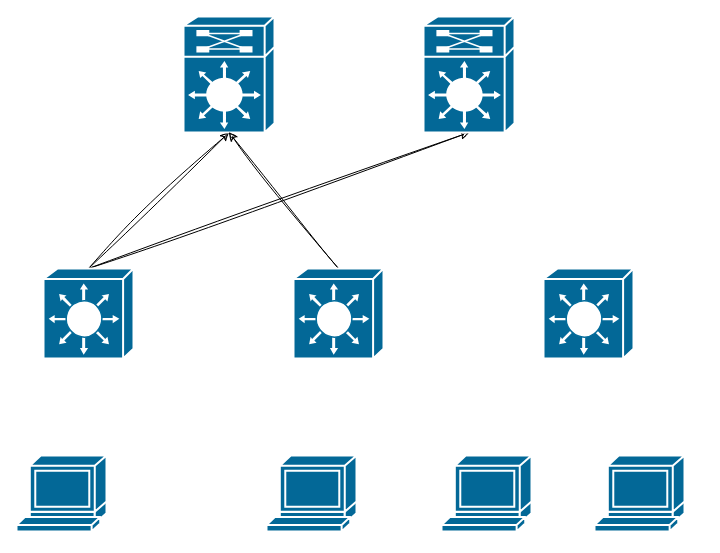
This is lab_01/Диаграмма без названия.drawio from Tema-sudo/OTUS_DC_network_design, a draw.io file, before an edit. Source tidied: cells renumbered, new cells numbered last; positions are measured from the earlier drawing's top-left corner, leaving out a move shared by most shapes. Both pictures are drawn from the tidied source at 100%, with x=0, y=0 at pixel (16, 16).
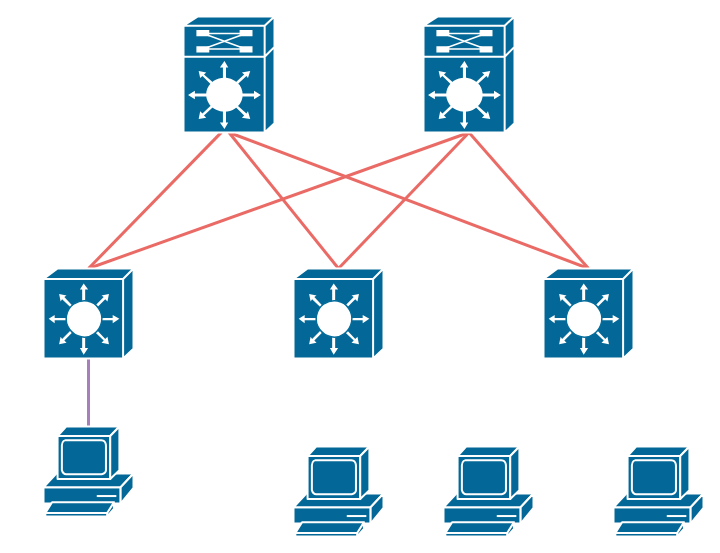
After the change.

Change to the diagram source:
```diff
@@
 <mxGraphModel>
   <root>
     <mxCell id="0" />
     <mxCell id="1" parent="0" />
-    <mxCell id="2" style="edgeStyle=none;rounded=0;sketch=1;hachureGap=4;jiggle=2;curveFitting=1;jettySize=auto;html=1;exitX=0.5;exitY=0;exitDx=0;exitDy=0;exitPerimeter=0;entryX=0.5;entryY=1;entryDx=0;entryDy=0;entryPerimeter=0;fontFamily=Architects Daughter;fontSize=16;" parent="1" edge="1" source="4" target="5">
+    <mxCell id="2" style="edgeStyle=none;rounded=0;hachureGap=4;jettySize=auto;html=1;exitX=0.5;exitY=0;exitDx=0;exitDy=0;exitPerimeter=0;entryX=0.416;entryY=0.999;entryDx=0;entryDy=0;entryPerimeter=0;fontFamily=Architects Daughter;fontSize=16;strokeColor=#EA6B66;endArrow=none;endFill=0;strokeWidth=3;" parent="1" edge="1" source="4" target="5">
       <mxGeometry relative="1" as="geometry" />
     </mxCell>
-    <mxCell id="3" style="edgeStyle=none;rounded=0;sketch=1;hachureGap=4;jiggle=2;curveFitting=1;jettySize=auto;html=1;exitX=0.5;exitY=0;exitDx=0;exitDy=0;exitPerimeter=0;entryX=0.5;entryY=1;entryDx=0;entryDy=0;entryPerimeter=0;fontFamily=Architects Daughter;fontSize=16;" parent="1" edge="1" source="4" target="6">
+    <mxCell id="3" style="edgeStyle=none;rounded=0;hachureGap=4;jettySize=auto;html=1;exitX=0.5;exitY=0;exitDx=0;exitDy=0;exitPerimeter=0;entryX=0.5;entryY=1;entryDx=0;entryDy=0;entryPerimeter=0;fontFamily=Architects Daughter;fontSize=16;endArrow=none;endFill=0;strokeWidth=3;strokeColor=#EA6B66;" parent="1" edge="1" source="4" target="6">
       <mxGeometry relative="1" as="geometry" />
     </mxCell>
-    <mxCell id="4" style="shape=mxgraph.cisco.switches.layer_3_switch;sketch=0;html=1;dashed=0;fillColor=#036897;strokeColor=#ffffff;strokeWidth=2;verticalLabelPosition=bottom;verticalAlign=top;align=center;outlineConnect=0;hachureGap=4;jiggle=2;curveFitting=1;fontFamily=Architects Daughter;fontSize=20;" parent="1" vertex="1">
-      <mxGeometry x="27" y="252" width="90" height="90" as="geometry" />
-    </mxCell>
+    <mxCell id="7" style="edgeStyle=none;rounded=0;hachureGap=4;jettySize=auto;html=1;exitX=0.5;exitY=0;exitDx=0;exitDy=0;exitPerimeter=0;entryX=0.5;entryY=1;entryDx=0;entryDy=0;entryPerimeter=0;fontFamily=Architects Daughter;fontSize=16;endArrow=none;endFill=0;strokeWidth=3;strokeColor=#EA6B66;" parent="1" edge="1" source="8" target="5">
+      <mxGeometry relative="1" as="geometry" />
+    </mxCell>
+    <mxCell id="14" style="edgeStyle=none;rounded=0;hachureGap=4;jettySize=auto;html=1;exitX=0.5;exitY=0;exitDx=0;exitDy=0;exitPerimeter=0;entryX=0.5;entryY=1;entryDx=0;entryDy=0;entryPerimeter=0;fontFamily=Architects Daughter;fontSize=16;endArrow=none;endFill=0;strokeColor=#EA6B66;strokeWidth=3;" parent="1" edge="1" source="8" target="6">
+      <mxGeometry relative="1" as="geometry" />
+    </mxCell>
+    <mxCell id="15" style="edgeStyle=none;rounded=0;hachureGap=4;jettySize=auto;html=1;exitX=0.5;exitY=0;exitDx=0;exitDy=0;exitPerimeter=0;entryX=0.5;entryY=1;entryDx=0;entryDy=0;entryPerimeter=0;fontFamily=Architects Daughter;fontSize=16;strokeWidth=3;strokeColor=#EA6B66;endArrow=none;endFill=0;" parent="1" edge="1" source="9" target="5">
+      <mxGeometry relative="1" as="geometry" />
+    </mxCell>
+    <mxCell id="16" style="edgeStyle=none;rounded=0;hachureGap=4;jettySize=auto;html=1;exitX=0.5;exitY=0;exitDx=0;exitDy=0;exitPerimeter=0;entryX=0.5;entryY=1;entryDx=0;entryDy=0;entryPerimeter=0;fontFamily=Architects Daughter;fontSize=16;endArrow=none;endFill=0;strokeWidth=3;strokeColor=#EA6B66;" parent="1" edge="1" source="9" target="6">
+      <mxGeometry relative="1" as="geometry" />
+    </mxCell>
     <mxCell id="5" style="shape=mxgraph.cisco.misc.route_switch_processor;html=1;dashed=0;fillColor=#036897;strokeColor=#ffffff;strokeWidth=2;verticalLabelPosition=bottom;verticalAlign=top;rounded=0;shadow=0;comic=0;fontFamily=Verdana;fontSize=12;" parent="1" vertex="1">
       <mxGeometry x="167" width="91" height="116" as="geometry" />
     </mxCell>
     <mxCell id="6" style="shape=mxgraph.cisco.misc.route_switch_processor;html=1;dashed=0;fillColor=#036897;strokeColor=#ffffff;strokeWidth=2;verticalLabelPosition=bottom;verticalAlign=top;rounded=0;shadow=0;comic=0;fontFamily=Verdana;fontSize=12;" parent="1" vertex="1">
       <mxGeometry x="407" width="91" height="116" as="geometry" />
     </mxCell>
-    <mxCell id="7" style="edgeStyle=none;rounded=0;sketch=1;hachureGap=4;jiggle=2;curveFitting=1;jettySize=auto;html=1;exitX=0.5;exitY=0;exitDx=0;exitDy=0;exitPerimeter=0;entryX=0.5;entryY=1;entryDx=0;entryDy=0;entryPerimeter=0;fontFamily=Architects Daughter;fontSize=16;" parent="1" edge="1" source="8" target="5">
-      <mxGeometry relative="1" as="geometry" />
-    </mxCell>
+    <mxCell id="17" style="edgeStyle=none;rounded=0;hachureGap=4;jettySize=auto;html=1;exitX=0.5;exitY=1;exitDx=0;exitDy=0;exitPerimeter=0;fontFamily=Architects Daughter;fontSize=16;strokeWidth=3;endArrow=none;endFill=0;strokeColor=#A680B8;" parent="1" edge="1" source="4" target="18">
+      <mxGeometry relative="1" as="geometry" />
+    </mxCell>
+    <mxCell id="4" style="shape=mxgraph.cisco.switches.layer_3_switch;sketch=0;html=1;dashed=0;fillColor=#036897;strokeColor=#ffffff;strokeWidth=2;verticalLabelPosition=bottom;verticalAlign=top;align=center;outlineConnect=0;hachureGap=4;jiggle=2;curveFitting=1;fontFamily=Architects Daughter;fontSize=20;" parent="1" vertex="1">
+      <mxGeometry x="27" y="252" width="90" height="90" as="geometry" />
+    </mxCell>
     <mxCell id="8" style="shape=mxgraph.cisco.switches.layer_3_switch;sketch=0;html=1;dashed=0;fillColor=#036897;strokeColor=#ffffff;strokeWidth=2;verticalLabelPosition=bottom;verticalAlign=top;align=center;outlineConnect=0;hachureGap=4;jiggle=2;curveFitting=1;fontFamily=Architects Daughter;fontSize=20;" parent="1" vertex="1">
       <mxGeometry x="277" y="252" width="90" height="90" as="geometry" />
     </mxCell>
     <mxCell id="9" style="shape=mxgraph.cisco.switches.layer_3_switch;sketch=0;html=1;dashed=0;fillColor=#036897;strokeColor=#ffffff;strokeWidth=2;verticalLabelPosition=bottom;verticalAlign=top;align=center;outlineConnect=0;hachureGap=4;jiggle=2;curveFitting=1;fontFamily=Architects Daughter;fontSize=20;" parent="1" vertex="1">
       <mxGeometry x="527" y="252" width="90" height="90" as="geometry" />
     </mxCell>
-    <mxCell id="10" style="shape=mxgraph.cisco.computers_and_peripherals.terminal;sketch=0;html=1;dashed=0;fillColor=#036897;strokeColor=#ffffff;strokeWidth=2;verticalLabelPosition=bottom;verticalAlign=top;align=center;hachureGap=4;jiggle=2;curveFitting=1;fontFamily=Architects Daughter;fontSize=20;" parent="1" vertex="1">
-      <mxGeometry y="439" width="90" height="76" as="geometry" />
-    </mxCell>
-    <mxCell id="11" style="shape=mxgraph.cisco.computers_and_peripherals.terminal;sketch=0;html=1;dashed=0;fillColor=#036897;strokeColor=#ffffff;strokeWidth=2;verticalLabelPosition=bottom;verticalAlign=top;align=center;hachureGap=4;jiggle=2;curveFitting=1;fontFamily=Architects Daughter;fontSize=20;" parent="1" vertex="1">
-      <mxGeometry x="250" y="439" width="90" height="76" as="geometry" />
-    </mxCell>
-    <mxCell id="12" style="shape=mxgraph.cisco.computers_and_peripherals.terminal;sketch=0;html=1;dashed=0;fillColor=#036897;strokeColor=#ffffff;strokeWidth=2;verticalLabelPosition=bottom;verticalAlign=top;align=center;hachureGap=4;jiggle=2;curveFitting=1;fontFamily=Architects Daughter;fontSize=20;" parent="1" vertex="1">
-      <mxGeometry x="578" y="439" width="90" height="76" as="geometry" />
-    </mxCell>
-    <mxCell id="13" style="shape=mxgraph.cisco.computers_and_peripherals.terminal;sketch=0;html=1;dashed=0;fillColor=#036897;strokeColor=#ffffff;strokeWidth=2;verticalLabelPosition=bottom;verticalAlign=top;align=center;hachureGap=4;jiggle=2;curveFitting=1;fontFamily=Architects Daughter;fontSize=20;" parent="1" vertex="1">
-      <mxGeometry x="425" y="439" width="90" height="76" as="geometry" />
-    </mxCell>
+    <mxCell id="18" style="shape=mxgraph.cisco.computers_and_peripherals.pc;sketch=0;html=1;dashed=0;fillColor=#036897;strokeColor=#ffffff;strokeWidth=2;verticalLabelPosition=bottom;verticalAlign=top;align=center;outlineConnect=0;hachureGap=4;jiggle=2;curveFitting=1;fontFamily=Architects Daughter;fontSize=20;" parent="1" vertex="1">
+      <mxGeometry x="27" y="410" width="90" height="90" as="geometry" />
+    </mxCell>
+    <mxCell id="19" style="shape=mxgraph.cisco.computers_and_peripherals.pc;sketch=0;html=1;dashed=0;fillColor=#036897;strokeColor=#ffffff;strokeWidth=2;verticalLabelPosition=bottom;verticalAlign=top;align=center;hachureGap=4;jiggle=2;curveFitting=1;fontFamily=Architects Daughter;fontSize=20;" parent="1" vertex="1">
+      <mxGeometry x="277" y="430" width="90" height="90" as="geometry" />
+    </mxCell>
+    <mxCell id="20" style="shape=mxgraph.cisco.computers_and_peripherals.pc;sketch=0;html=1;dashed=0;fillColor=#036897;strokeColor=#ffffff;strokeWidth=2;verticalLabelPosition=bottom;verticalAlign=top;align=center;hachureGap=4;jiggle=2;curveFitting=1;fontFamily=Architects Daughter;fontSize=20;" parent="1" vertex="1">
+      <mxGeometry x="427" y="430" width="90" height="90" as="geometry" />
+    </mxCell>
+    <mxCell id="21" style="shape=mxgraph.cisco.computers_and_peripherals.pc;sketch=0;html=1;dashed=0;fillColor=#036897;strokeColor=#ffffff;strokeWidth=2;verticalLabelPosition=bottom;verticalAlign=top;align=center;hachureGap=4;jiggle=2;curveFitting=1;fontFamily=Architects Daughter;fontSize=20;" parent="1" vertex="1">
+      <mxGeometry x="597" y="430" width="90" height="90" as="geometry" />
+    </mxCell>
   </root>
 </mxGraphModel>
```
